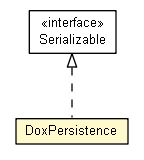
The Graphviz diagram doxdb-core/apidocs/net/trajano/doxdb/schema/DoxPersistence.png in trajano/doxdb, before a commit. Its source is kept beside it as doxdb-core/apidocs/net/trajano/doxdb/schema/DoxPersistence.dot. Source of this version:
```dot

digraph G {
	edge [fontname="arial",fontsize=10,labelfontname="arial",labelfontsize=10];
	node [fontname="arial",fontsize=10,shape=plaintext];
	nodesep=0.25;
	ranksep=0.5;
	c297 [label=<<table title="net.trajano.doxdb.schema.DoxPersistence" border="0" cellborder="1" cellspacing="0" cellpadding="2" port="p" bgcolor="lemonChiffon" href="./DoxPersistence.html">
		<tr><td><table border="0" cellspacing="0" cellpadding="1">
<tr><td align="center" balign="center"> DoxPersistence </td></tr>
		</table></td></tr>
		</table>>, URL="./DoxPersistence.html", fontname="arial", fontcolor="black", fontsize=10.0];
	c298:p -> c297:p [dir=back,arrowtail=empty,style=dashed];
	c298 [label=<<table title="java.io.Serializable" border="0" cellborder="1" cellspacing="0" cellpadding="2" port="p" href="http://java.sun.com/j2se/1.4.2/docs/api/java/io/Serializable.html">
		<tr><td><table border="0" cellspacing="0" cellpadding="1">
<tr><td align="center" balign="center"> &#171;interface&#187; </td></tr>
<tr><td align="center" balign="center"> Serializable </td></tr>
		</table></td></tr>
		</table>>, URL="http://java.sun.com/j2se/1.4.2/docs/api/java/io/Serializable.html", fontname="arial", fontcolor="black", fontsize=10.0];
}
```
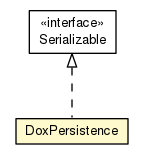
After the commit.

Change to the diagram source:
```diff
@@ -1,19 +1,19 @@
 
 digraph G {
-	edge [fontname="arial",fontsize=10,labelfontname="arial",labelfontsize=10];
-	node [fontname="arial",fontsize=10,shape=plaintext];
+	edge [fontname="Helvetica",fontsize=10,labelfontname="Helvetica",labelfontsize=10];
+	node [fontname="Helvetica",fontsize=10,shape=plaintext];
 	nodesep=0.25;
 	ranksep=0.5;
-	c297 [label=<<table title="net.trajano.doxdb.schema.DoxPersistence" border="0" cellborder="1" cellspacing="0" cellpadding="2" port="p" bgcolor="lemonChiffon" href="./DoxPersistence.html">
+	c293 [label=<<table title="net.trajano.doxdb.schema.DoxPersistence" border="0" cellborder="1" cellspacing="0" cellpadding="2" port="p" bgcolor="lemonChiffon" href="./DoxPersistence.html">
 		<tr><td><table border="0" cellspacing="0" cellpadding="1">
 <tr><td align="center" balign="center"> DoxPersistence </td></tr>
 		</table></td></tr>
-		</table>>, URL="./DoxPersistence.html", fontname="arial", fontcolor="black", fontsize=10.0];
-	c298:p -> c297:p [dir=back,arrowtail=empty,style=dashed];
+		</table>>, URL="./DoxPersistence.html", fontname="Helvetica", fontcolor="black", fontsize=10.0];
+	c298:p -> c293:p [dir=back,arrowtail=empty,style=dashed];
 	c298 [label=<<table title="java.io.Serializable" border="0" cellborder="1" cellspacing="0" cellpadding="2" port="p" href="http://java.sun.com/j2se/1.4.2/docs/api/java/io/Serializable.html">
 		<tr><td><table border="0" cellspacing="0" cellpadding="1">
 <tr><td align="center" balign="center"> &#171;interface&#187; </td></tr>
 <tr><td align="center" balign="center"> Serializable </td></tr>
 		</table></td></tr>
-		</table>>, URL="http://java.sun.com/j2se/1.4.2/docs/api/java/io/Serializable.html", fontname="arial", fontcolor="black", fontsize=10.0];
+		</table>>, URL="http://java.sun.com/j2se/1.4.2/docs/api/java/io/Serializable.html", fontname="Helvetica", fontcolor="black", fontsize=10.0];
 }
```
